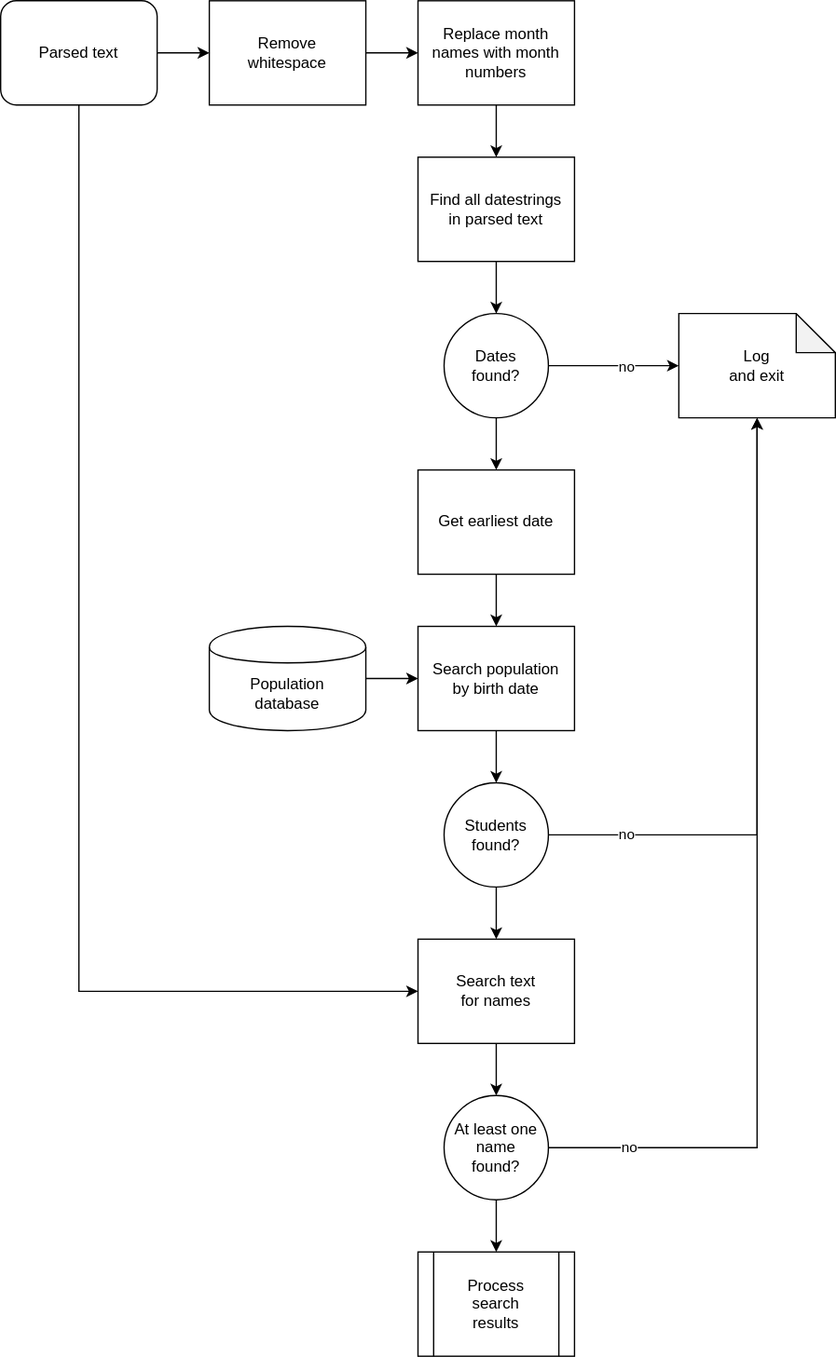
This is static/process_parsed_text.svg from uu-asc/bbc-forwarder, a draw.io export, as it was before one commit. Source tidied: cells renumbered, new cells last; positions are measured from the earlier drawing's top-left corner, leaving out a move shared by most shapes. The source it was exported from:
```xml
<mxGraphModel>
  <root>
    <mxCell id="0" />
    <mxCell id="1" parent="0" />
    <mxCell id="2" style="edgeStyle=orthogonalEdgeStyle;rounded=0;jettySize=auto;html=1;exitX=1;exitY=0.5;exitDx=0;exitDy=0;entryX=0;entryY=0.5;entryDx=0;entryDy=0;" parent="1" edge="1" source="4" target="6">
      <mxGeometry relative="1" as="geometry" />
    </mxCell>
    <mxCell id="3" style="edgeStyle=orthogonalEdgeStyle;rounded=0;jettySize=auto;html=1;exitX=0.5;exitY=1;exitDx=0;exitDy=0;entryX=0;entryY=0.5;entryDx=0;entryDy=0;" parent="1" edge="1" source="4" target="27">
      <mxGeometry relative="1" as="geometry" />
    </mxCell>
    <mxCell id="4" value="Parsed text" style="rounded=1;whiteSpace=wrap;html=1;" parent="1" vertex="1">
      <mxGeometry width="120" height="80" as="geometry" />
    </mxCell>
    <mxCell id="5" style="edgeStyle=orthogonalEdgeStyle;rounded=0;jettySize=auto;html=1;" parent="1" edge="1" source="6" target="8">
      <mxGeometry relative="1" as="geometry" />
    </mxCell>
    <mxCell id="6" value="Remove&lt;br&gt;whitespace" style="rounded=0;whiteSpace=wrap;html=1;" parent="1" vertex="1">
      <mxGeometry x="160" width="120" height="80" as="geometry" />
    </mxCell>
    <mxCell id="7" style="edgeStyle=orthogonalEdgeStyle;rounded=0;jettySize=auto;html=1;" parent="1" edge="1" source="8" target="10">
      <mxGeometry relative="1" as="geometry" />
    </mxCell>
    <mxCell id="8" value="Replace month names with month numbers" style="rounded=0;whiteSpace=wrap;html=1;" parent="1" vertex="1">
      <mxGeometry x="320" width="120" height="80" as="geometry" />
    </mxCell>
    <mxCell id="9" style="edgeStyle=orthogonalEdgeStyle;rounded=0;jettySize=auto;html=1;exitX=0.5;exitY=1;exitDx=0;exitDy=0;entryX=0.5;entryY=0;entryDx=0;entryDy=0;" parent="1" edge="1" source="10" target="16">
      <mxGeometry relative="1" as="geometry" />
    </mxCell>
    <mxCell id="10" value="Find all datestrings&lt;br&gt;in parsed text" style="rounded=0;whiteSpace=wrap;html=1;" parent="1" vertex="1">
      <mxGeometry x="320" y="120" width="120" height="80" as="geometry" />
    </mxCell>
    <mxCell id="11" style="edgeStyle=orthogonalEdgeStyle;rounded=0;jettySize=auto;html=1;exitX=0.5;exitY=1;exitDx=0;exitDy=0;entryX=0.5;entryY=0;entryDx=0;entryDy=0;" parent="1" edge="1" source="12" target="21">
      <mxGeometry relative="1" as="geometry" />
    </mxCell>
    <mxCell id="12" value="Get earliest date" style="rounded=0;whiteSpace=wrap;html=1;" parent="1" vertex="1">
      <mxGeometry x="320" y="360" width="120" height="80" as="geometry" />
    </mxCell>
    <mxCell id="13" style="edgeStyle=orthogonalEdgeStyle;rounded=0;jettySize=auto;html=1;exitX=0.5;exitY=1;exitDx=0;exitDy=0;entryX=0.5;entryY=0;entryDx=0;entryDy=0;" parent="1" edge="1" source="16" target="12">
      <mxGeometry relative="1" as="geometry" />
    </mxCell>
    <mxCell id="14" style="edgeStyle=orthogonalEdgeStyle;rounded=0;jettySize=auto;html=1;exitX=1;exitY=0.5;exitDx=0;exitDy=0;entryX=0;entryY=0.5;entryDx=0;entryDy=0;entryPerimeter=0;" parent="1" edge="1" source="16" target="17">
      <mxGeometry relative="1" as="geometry" />
    </mxCell>
    <mxCell id="15" value="no" style="edgeLabel;html=1;align=center;verticalAlign=middle;" parent="14" vertex="1">
      <mxGeometry x="0.24" relative="1" as="geometry">
        <mxPoint x="-2.3" as="offset" />
      </mxGeometry>
    </mxCell>
    <mxCell id="16" value="Dates&lt;br&gt;found?" style="ellipse;whiteSpace=wrap;html=1;" parent="1" vertex="1">
      <mxGeometry x="340" y="240" width="80" height="80" as="geometry" />
    </mxCell>
    <mxCell id="17" value="Log&lt;br&gt;and exit" style="shape=note;whiteSpace=wrap;html=1;backgroundOutline=1;darkOpacity=0.05;" parent="1" vertex="1">
      <mxGeometry x="520" y="240" width="120" height="80" as="geometry" />
    </mxCell>
    <mxCell id="18" style="edgeStyle=orthogonalEdgeStyle;rounded=0;jettySize=auto;html=1;exitX=1;exitY=0.5;exitDx=0;exitDy=0;entryX=0;entryY=0.5;entryDx=0;entryDy=0;" parent="1" edge="1" source="19" target="21">
      <mxGeometry relative="1" as="geometry" />
    </mxCell>
    <mxCell id="19" value="Population&lt;br&gt;database" style="shape=cylinder;whiteSpace=wrap;html=1;boundedLbl=1;backgroundOutline=1;" parent="1" vertex="1">
      <mxGeometry x="160" y="480" width="120" height="80" as="geometry" />
    </mxCell>
    <mxCell id="20" style="edgeStyle=orthogonalEdgeStyle;rounded=0;jettySize=auto;html=1;exitX=0.5;exitY=1;exitDx=0;exitDy=0;entryX=0.5;entryY=0;entryDx=0;entryDy=0;" parent="1" edge="1" source="21" target="25">
      <mxGeometry relative="1" as="geometry" />
    </mxCell>
    <mxCell id="21" value="Search population&lt;br&gt;by birth date" style="rounded=0;whiteSpace=wrap;html=1;" parent="1" vertex="1">
      <mxGeometry x="320" y="480" width="120" height="80" as="geometry" />
    </mxCell>
    <mxCell id="22" style="edgeStyle=orthogonalEdgeStyle;rounded=0;jettySize=auto;html=1;exitX=1;exitY=0.5;exitDx=0;exitDy=0;entryX=0.5;entryY=1;entryDx=0;entryDy=0;entryPerimeter=0;" parent="1" edge="1" source="25" target="17">
      <mxGeometry relative="1" as="geometry" />
    </mxCell>
    <mxCell id="23" value="no" style="edgeLabel;html=1;align=center;verticalAlign=middle;" parent="22" vertex="1">
      <mxGeometry x="-0.73" y="1" relative="1" as="geometry">
        <mxPoint x="-5.1" y="1" as="offset" />
      </mxGeometry>
    </mxCell>
    <mxCell id="24" style="edgeStyle=orthogonalEdgeStyle;rounded=0;jettySize=auto;html=1;exitX=0.5;exitY=1;exitDx=0;exitDy=0;entryX=0.5;entryY=0;entryDx=0;entryDy=0;" parent="1" edge="1" source="25" target="27">
      <mxGeometry relative="1" as="geometry" />
    </mxCell>
    <mxCell id="25" value="Students found?" style="ellipse;whiteSpace=wrap;html=1;" parent="1" vertex="1">
      <mxGeometry x="340" y="600" width="80" height="80" as="geometry" />
    </mxCell>
    <mxCell id="26" style="edgeStyle=orthogonalEdgeStyle;rounded=0;jettySize=auto;html=1;exitX=0.5;exitY=1;exitDx=0;exitDy=0;entryX=0.5;entryY=0;entryDx=0;entryDy=0;" parent="1" edge="1" source="27" target="31">
      <mxGeometry relative="1" as="geometry" />
    </mxCell>
    <mxCell id="27" value="Search text&lt;br&gt;for names" style="rounded=0;whiteSpace=wrap;html=1;" parent="1" vertex="1">
      <mxGeometry x="320" y="720" width="120" height="80" as="geometry" />
    </mxCell>
    <mxCell id="28" style="edgeStyle=orthogonalEdgeStyle;rounded=0;jettySize=auto;html=1;exitX=1;exitY=0.5;exitDx=0;exitDy=0;entryX=0.5;entryY=1;entryDx=0;entryDy=0;entryPerimeter=0;" parent="1" edge="1" source="31" target="17">
      <mxGeometry relative="1" as="geometry" />
    </mxCell>
    <mxCell id="29" value="no" style="edgeLabel;html=1;align=center;verticalAlign=middle;" parent="28" vertex="1">
      <mxGeometry x="-0.83" relative="1" as="geometry" />
    </mxCell>
    <mxCell id="30" style="edgeStyle=orthogonalEdgeStyle;rounded=0;jettySize=auto;html=1;exitX=0.5;exitY=1;exitDx=0;exitDy=0;entryX=0.5;entryY=0;entryDx=0;entryDy=0;" parent="1" edge="1" source="31" target="32">
      <mxGeometry relative="1" as="geometry" />
    </mxCell>
    <mxCell id="31" value="At least one name&lt;br&gt;found?" style="ellipse;whiteSpace=wrap;html=1;" parent="1" vertex="1">
      <mxGeometry x="340" y="840" width="80" height="80" as="geometry" />
    </mxCell>
    <mxCell id="32" value="Process&lt;br&gt;search&lt;br&gt;results" style="shape=process;whiteSpace=wrap;html=1;backgroundOutline=1;" parent="1" vertex="1">
      <mxGeometry x="320" y="960" width="120" height="80" as="geometry" />
    </mxCell>
  </root>
</mxGraphModel>
```
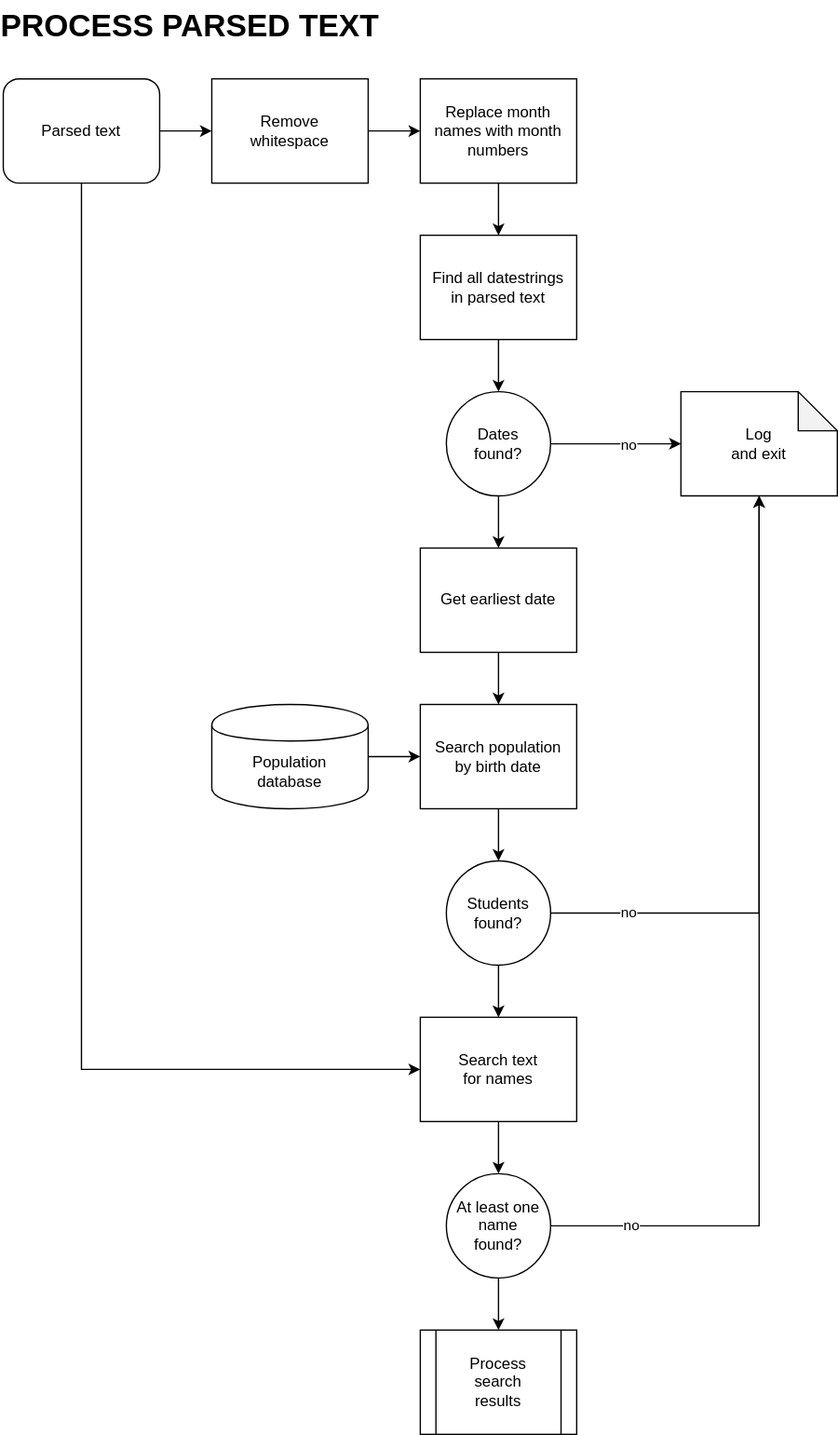
The same file after the commit.

Change to the diagram source:
```diff
@@ -99,5 +99,8 @@
     <mxCell id="32" value="Process&lt;br&gt;search&lt;br&gt;results" style="shape=process;whiteSpace=wrap;html=1;backgroundOutline=1;" parent="1" vertex="1">
       <mxGeometry x="320" y="960" width="120" height="80" as="geometry" />
     </mxCell>
+    <mxCell id="33" value="PROCESS PARSED TEXT" style="text;strokeColor=none;fillColor=none;html=1;fontSize=24;fontStyle=1;verticalAlign=middle;align=center;" parent="1" vertex="1">
+      <mxGeometry x="93" y="-60" width="100" height="40" as="geometry" />
+    </mxCell>
   </root>
 </mxGraphModel>
```
